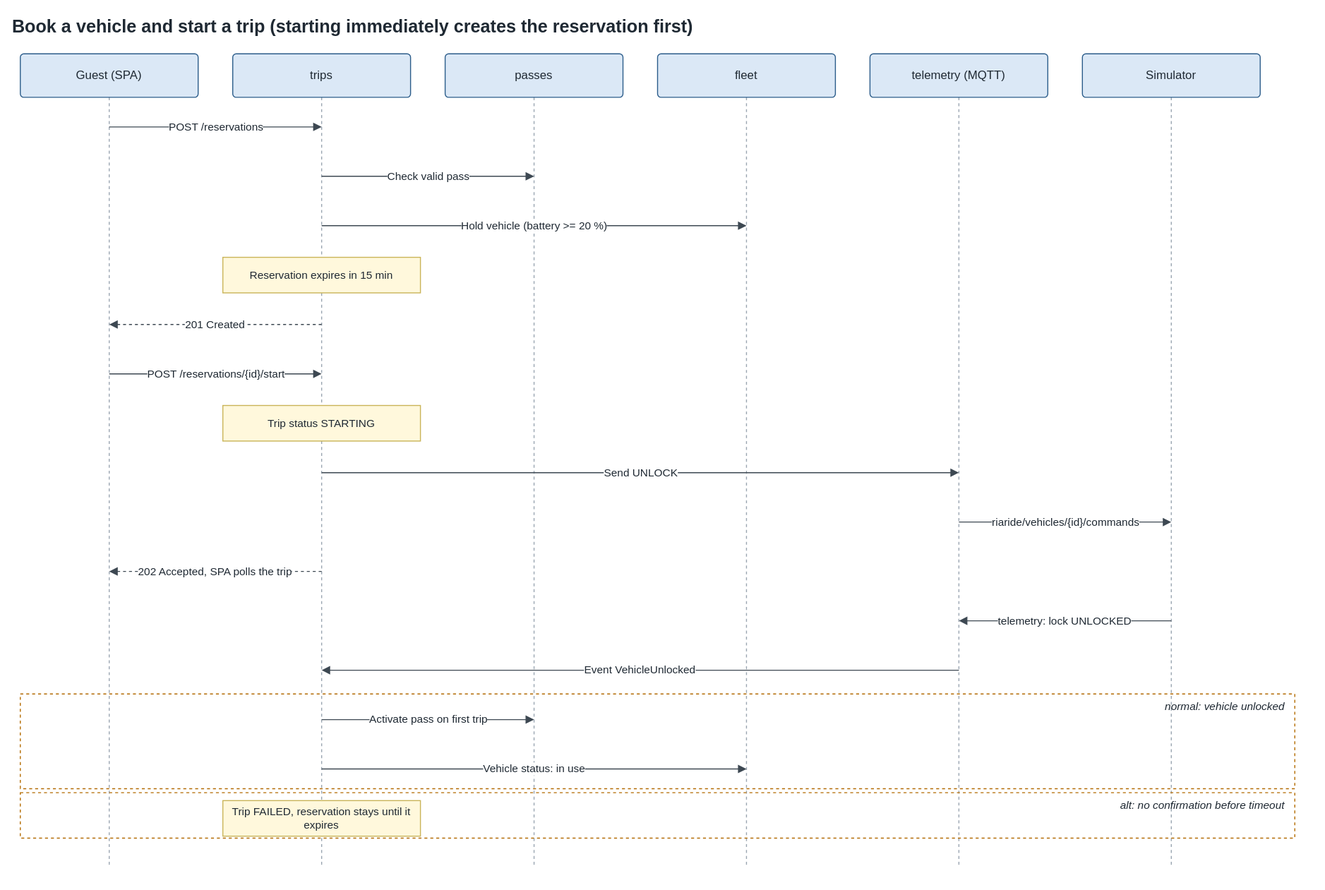
TQS-RiaRide/RIARide keeps this draw.io diagram as docs/architecture/diagrams/06-seq-book-start-trip.drawio.svg. Above is the earlier version. Source tidied: cells renumbered, new cells last; positions are measured from the earlier drawing's top-left corner, leaving out a move shared by most shapes.
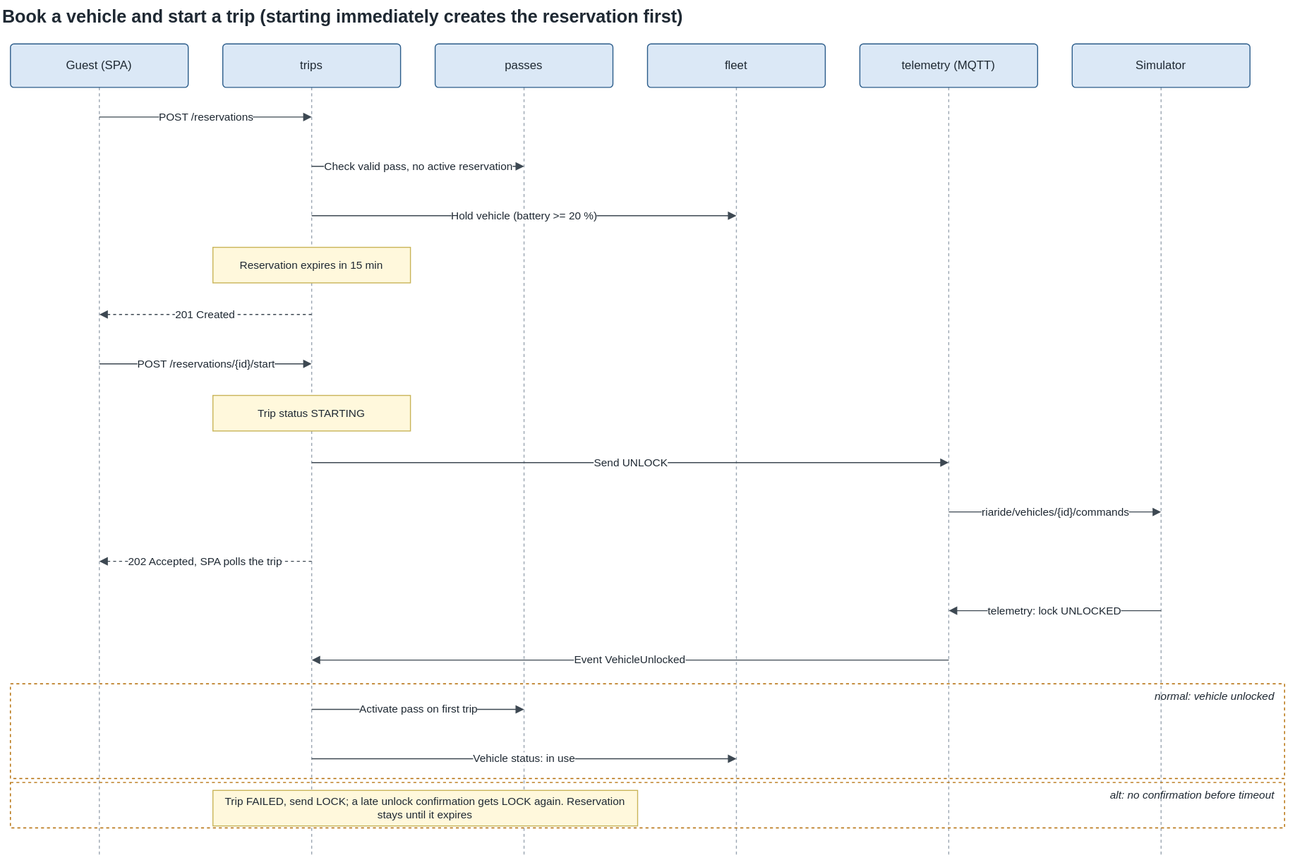
The same file after the commit.

What changed in the source:
```diff
@@ -65,7 +65,7 @@
         <mxPoint x="315" y="118" as="targetPoint" />
       </mxGeometry>
     </mxCell>
-    <mxCell id="16" value="Check valid pass" style="html=1;endArrow=block;endFill=1;strokeColor=#3D4852;fontFamily=Helvetica;fontSize=11;fontColor=#1F2933;labelBackgroundColor=#FFFFFF;rounded=0;" parent="1" edge="1">
+    <mxCell id="16" value="Check valid pass, no active reservation" style="html=1;endArrow=block;endFill=1;strokeColor=#3D4852;fontFamily=Helvetica;fontSize=11;fontColor=#1F2933;labelBackgroundColor=#FFFFFF;rounded=0;" parent="1" edge="1">
       <mxGeometry relative="1" as="geometry">
         <mxPoint x="315" y="168" as="sourcePoint" />
         <mxPoint x="530" y="168" as="targetPoint" />
@@ -143,8 +143,8 @@
     <mxCell id="30" value="alt: no confirmation before timeout" style="html=1;whiteSpace=wrap;fontFamily=Helvetica;fontSize=12;fontColor=#1F2933;rounded=0;fillColor=none;strokeColor=#B36B00;dashed=1;verticalAlign=top;align=right;spacingRight=8;fontSize=11;fontStyle=2;" parent="1" vertex="1">
       <mxGeometry x="10" y="792" width="1290" height="46" as="geometry" />
     </mxCell>
-    <mxCell id="31" value="Trip FAILED, reservation stays until it expires" style="html=1;whiteSpace=wrap;fontFamily=Helvetica;fontSize=12;fontColor=#1F2933;rounded=0;fillColor=#FFF8DC;strokeColor=#C9B458;fontSize=11;" parent="1" vertex="1">
-      <mxGeometry x="215" y="800" width="200" height="36" as="geometry" />
+    <mxCell id="31" value="Trip FAILED, send LOCK; a late unlock confirmation gets LOCK again. Reservation stays until it expires" style="html=1;whiteSpace=wrap;fontFamily=Helvetica;fontSize=12;fontColor=#1F2933;rounded=0;fillColor=#FFF8DC;strokeColor=#C9B458;fontSize=11;" parent="1" vertex="1">
+      <mxGeometry x="215" y="800" width="430" height="36" as="geometry" />
     </mxCell>
   </root>
 </mxGraphModel>
```
